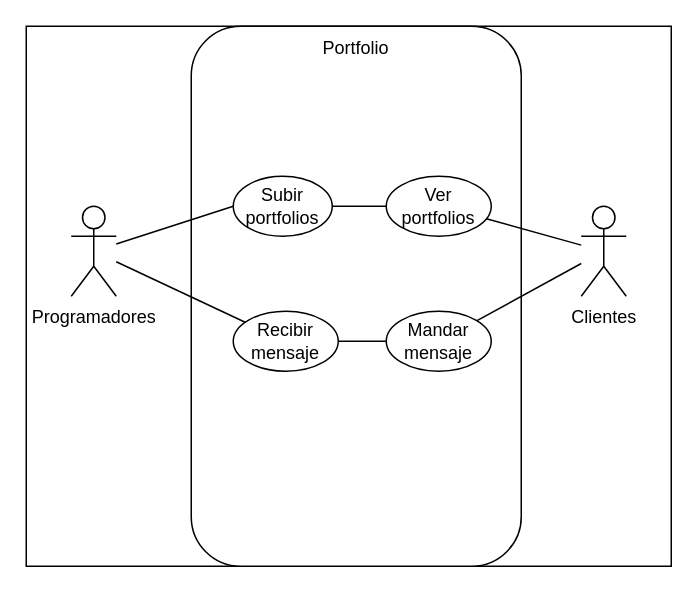
Earlier version of the draw.io diagram Modelado_de_datos/Casos_de_uso_Portfolio.drawio (Nicolas-1400/Porfolio). Source tidied: cells renumbered, new cells numbered last; positions are measured from the earlier drawing's top-left corner, leaving out a move shared by most shapes. Both pictures are drawn from the tidied source at 150%, with x=0, y=0 at pixel (26, 26).
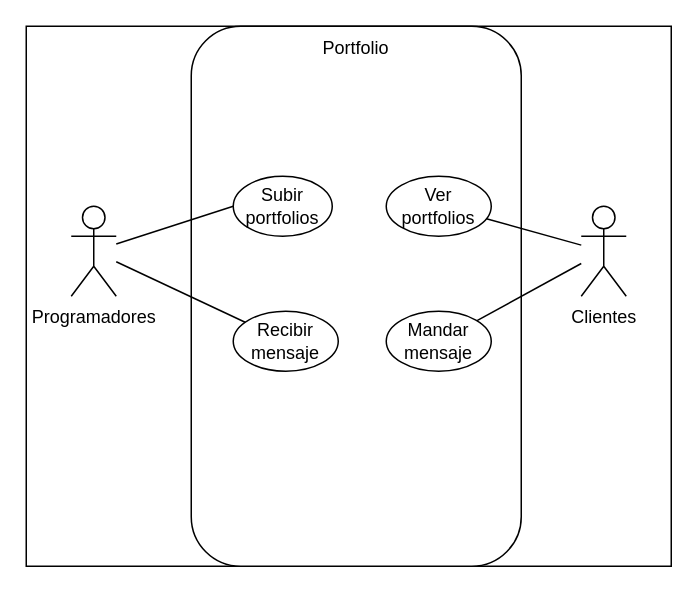
The same diagram, later.

Commit message (it also covers changes not shown here):
Subida nueva base de datos y diagrama de Casos de Uso

Diff of the diagram source:
```diff
@@
 <mxGraphModel>
   <root>
     <mxCell id="0" />
     <mxCell id="1" parent="0" />
     <mxCell id="2" style="rounded=0;whiteSpace=wrap;html=1;" parent="1" vertex="1">
       <mxGeometry width="430" height="360" as="geometry" />
     </mxCell>
     <mxCell id="3" style="rounded=1;whiteSpace=wrap;html=1;" parent="1" vertex="1">
       <mxGeometry x="110" width="220" height="360" as="geometry" />
     </mxCell>
     <mxCell id="4" value="Programadores" style="shape=umlActor;verticalLabelPosition=bottom;verticalAlign=top;html=1;outlineConnect=0;" parent="1" vertex="1">
       <mxGeometry x="30" y="120" width="30" height="60" as="geometry" />
     </mxCell>
     <mxCell id="5" value="Clientes" style="shape=umlActor;verticalLabelPosition=bottom;verticalAlign=top;html=1;outlineConnect=0;" parent="1" vertex="1">
       <mxGeometry x="370" y="120" width="30" height="60" as="geometry" />
     </mxCell>
     <mxCell id="6" value="Ver&lt;div&gt;portfolios&lt;/div&gt;" style="ellipse;whiteSpace=wrap;html=1;" parent="1" vertex="1">
       <mxGeometry x="240" y="100" width="70" height="40" as="geometry" />
     </mxCell>
     <mxCell id="7" value="Portfolio" style="text;html=1;whiteSpace=wrap;strokeColor=none;fillColor=none;align=center;verticalAlign=middle;rounded=0;" parent="1" vertex="1">
       <mxGeometry x="190" width="60" height="30" as="geometry" />
     </mxCell>
     <mxCell id="8" value="Subir&lt;div&gt;portfolios&lt;/div&gt;" style="ellipse;whiteSpace=wrap;html=1;" parent="1" vertex="1">
       <mxGeometry x="138" y="100" width="66" height="40" as="geometry" />
     </mxCell>
     <mxCell id="9" value="Mandar&lt;div&gt;mensaje&lt;/div&gt;" style="ellipse;whiteSpace=wrap;html=1;" parent="1" vertex="1">
       <mxGeometry x="240" y="190" width="70" height="40" as="geometry" />
     </mxCell>
     <mxCell id="10" value="Recibir&lt;br&gt;&lt;div&gt;mensaje&lt;/div&gt;" style="ellipse;whiteSpace=wrap;html=1;" parent="1" vertex="1">
       <mxGeometry x="138" y="190" width="70" height="40" as="geometry" />
     </mxCell>
     <mxCell id="11" style="endArrow=none;html=1;rounded=0;entryX=0;entryY=0.5;entryDx=0;entryDy=0;" parent="1" edge="1" source="4" target="8">
       <mxGeometry relative="1" as="geometry" />
     </mxCell>
     <mxCell id="12" style="endArrow=none;html=1;rounded=0;" parent="1" edge="1" source="4" target="10">
       <mxGeometry relative="1" as="geometry" />
     </mxCell>
     <mxCell id="13" style="endArrow=none;html=1;rounded=0;" parent="1" edge="1" source="6" target="5">
       <mxGeometry relative="1" as="geometry" />
     </mxCell>
     <mxCell id="14" style="endArrow=none;html=1;rounded=0;" parent="1" edge="1" source="9" target="5">
       <mxGeometry relative="1" as="geometry" />
     </mxCell>
-    <mxCell id="15" style="endArrow=none;html=1;rounded=0;" parent="1" edge="1" source="8" target="6">
-      <mxGeometry relative="1" as="geometry" />
-    </mxCell>
-    <mxCell id="16" style="endArrow=none;html=1;rounded=0;" parent="1" edge="1" source="10" target="9">
-      <mxGeometry relative="1" as="geometry" />
-    </mxCell>
   </root>
 </mxGraphModel>
```
